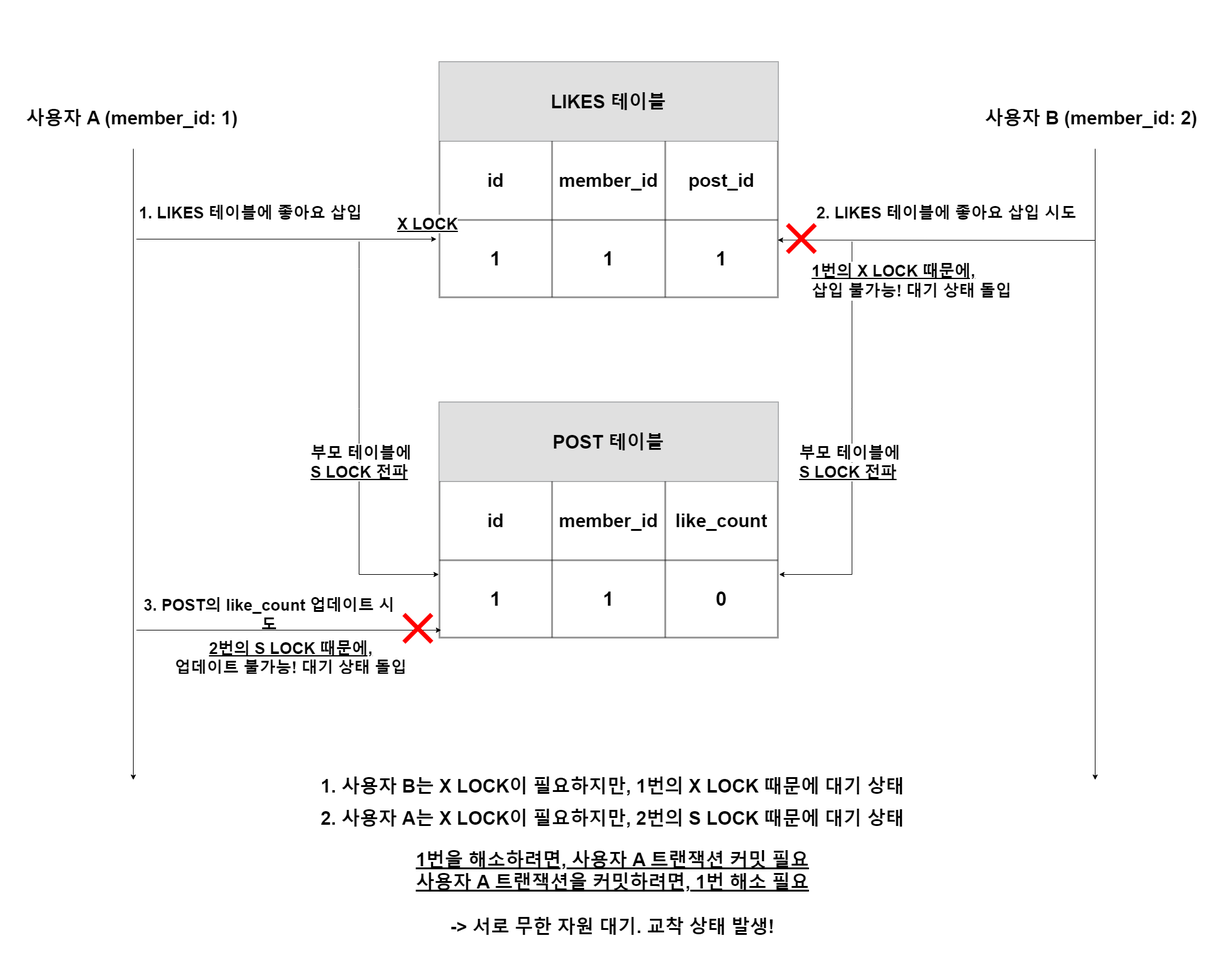
This is transaction.png from peeerr/document, a draw.io export, as it was before one commit. Source tidied: cells renumbered, new cells last; positions are measured from the earlier drawing's top-left corner, leaving out a move shared by most shapes.
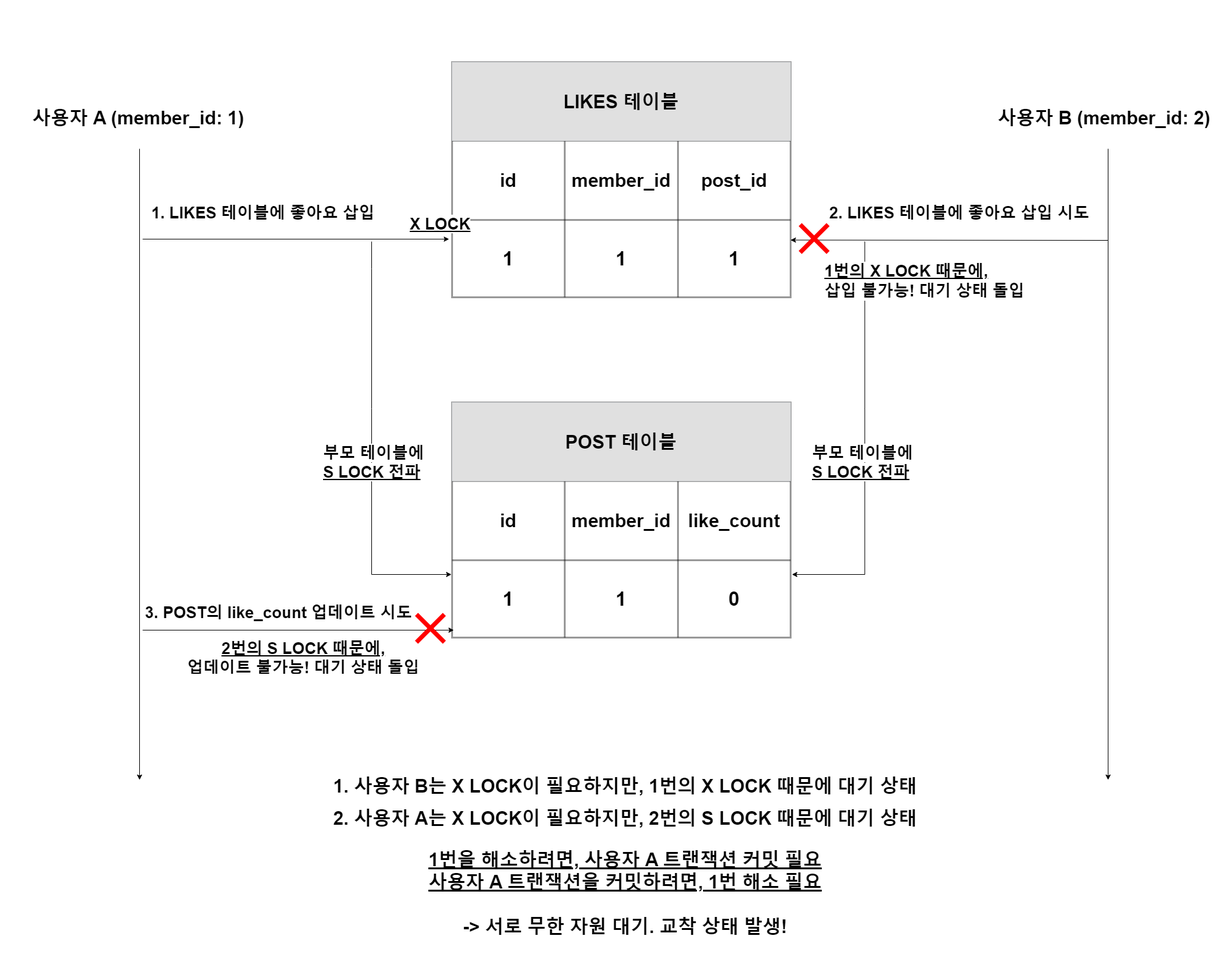
The same file after the commit.

Diff of the diagram source:
```diff
@@ -46,11 +46,11 @@
       <mxGeometry x="365" width="182" height="125" as="geometry" />
     </mxCell>
     <mxCell id="14" value="&lt;h1 style=&quot;forced-color-adjust: none; color: rgb(0, 0, 0); font-family: Helvetica; font-style: normal; font-variant-ligatures: normal; font-variant-caps: normal; letter-spacing: normal; orphans: 2; text-align: center; text-indent: 0px; text-transform: none; widows: 2; word-spacing: 0px; -webkit-text-stroke-width: 0px; white-space: normal; text-decoration-thickness: initial; text-decoration-style: initial; text-decoration-color: initial;&quot;&gt;&lt;span style=&quot;forced-color-adjust: none; font-size: 30px;&quot;&gt;사용자 A (member_id: 1)&lt;/span&gt;&lt;/h1&gt;" style="text;whiteSpace=wrap;html=1;fontStyle=1;" parent="1" vertex="1">
-      <mxGeometry x="40" y="150" width="350" height="90" as="geometry" />
+      <mxGeometry x="30" y="150" width="350" height="90" as="geometry" />
     </mxCell>
     <mxCell id="15" style="endArrow=classic;html=1;rounded=0;fontSize=20;fontStyle=1;exitX=0.5;exitY=1;exitDx=0;exitDy=0;" parent="1" edge="1" source="14">
       <mxGeometry relative="1" as="geometry">
-        <mxPoint x="215" y="1260" as="targetPoint" />
+        <mxPoint x="205" y="1260" as="targetPoint" />
       </mxGeometry>
     </mxCell>
     <mxCell id="16" value="&lt;span&gt;1.&lt;/span&gt; LIKES 테이블에 좋아요 삽입" style="shape=partialRectangle;html=1;whiteSpace=wrap;strokeColor=inherit;overflow=hidden;fillColor=none;top=0;left=0;bottom=0;right=0;fontSize=26;spacingTop=0;labelBackgroundColor=default;labelBorderColor=none;fontStyle=1;" parent="1" vertex="1">
@@ -58,7 +58,7 @@
     </mxCell>
     <mxCell id="17" style="endArrow=classic;html=1;rounded=0;entryX=-0.009;entryY=0.248;entryDx=0;entryDy=0;entryPerimeter=0;fontStyle=1;" parent="1" edge="1" target="10">
       <mxGeometry relative="1" as="geometry">
-        <mxPoint x="220" y="386" as="sourcePoint" />
+        <mxPoint x="210" y="386" as="sourcePoint" />
       </mxGeometry>
     </mxCell>
     <mxCell id="18" value="&lt;h1 style=&quot;text-align: center;&quot;&gt;&lt;span style=&quot;font-size: 30px;&quot;&gt;사용자 B (member_id: 2)&lt;/span&gt;&lt;/h1&gt;" style="text;whiteSpace=wrap;html=1;fontStyle=1;" parent="1" vertex="1">
@@ -132,11 +132,11 @@
       <mxGeometry x="1310" y="400" width="350" height="108" as="geometry" />
     </mxCell>
     <mxCell id="37" value="&lt;span&gt;3.&lt;/span&gt; POST의 like_count 업데이트 시도" style="shape=partialRectangle;html=1;whiteSpace=wrap;strokeColor=inherit;overflow=hidden;fillColor=none;top=0;left=0;bottom=0;right=0;fontSize=26;spacingTop=0;labelBackgroundColor=default;labelBorderColor=none;fontStyle=1;" parent="1" vertex="1">
-      <mxGeometry x="220" y="960" width="430" height="60" as="geometry" />
+      <mxGeometry x="210" y="960" width="440" height="60" as="geometry" />
     </mxCell>
     <mxCell id="38" style="endArrow=classic;html=1;rounded=0;entryX=0.005;entryY=0.904;entryDx=0;entryDy=0;entryPerimeter=0;fontStyle=1;" parent="1" edge="1" target="30">
       <mxGeometry relative="1" as="geometry">
-        <mxPoint x="220" y="1018" as="sourcePoint" />
+        <mxPoint x="210" y="1018" as="sourcePoint" />
       </mxGeometry>
     </mxCell>
     <mxCell id="39" value="&lt;span&gt;&lt;u&gt;2번의 S LOCK 때문에,&lt;/u&gt;&lt;/span&gt;&lt;div&gt;업데이트 불가능! 대기 상태 돌입&lt;/div&gt;" style="shape=partialRectangle;html=1;whiteSpace=wrap;strokeColor=inherit;overflow=hidden;fillColor=none;top=0;left=0;bottom=0;right=0;fontSize=26;spacingTop=0;labelBackgroundColor=default;labelBorderColor=none;fontStyle=1;" parent="1" vertex="1">
@@ -154,11 +154,11 @@
     <mxCell id="43" value="&lt;h1 style=&quot;forced-color-adjust: none; color: rgb(0, 0, 0); font-family: Helvetica; font-style: normal; font-variant-ligatures: normal; font-variant-caps: normal; letter-spacing: normal; orphans: 2; text-indent: 0px; text-transform: none; widows: 2; word-spacing: 0px; -webkit-text-stroke-width: 0px; white-space: normal; text-decoration-thickness: initial; text-decoration-style: initial; text-decoration-color: initial;&quot;&gt;&lt;span style=&quot;font-size: 30px;&quot;&gt;1. 사용자 B는 X LOCK이 필요하지만, 1번의 X LOCK 때문에 대기 상태&lt;/span&gt;&lt;span style=&quot;font-size: 30px;&quot;&gt;&lt;br&gt;&lt;/span&gt;&lt;/h1&gt;&lt;h1 style=&quot;forced-color-adjust: none; color: rgb(0, 0, 0); font-family: Helvetica; font-style: normal; font-variant-ligatures: normal; font-variant-caps: normal; letter-spacing: normal; orphans: 2; text-indent: 0px; text-transform: none; widows: 2; word-spacing: 0px; -webkit-text-stroke-width: 0px; white-space: normal; text-decoration-thickness: initial; text-decoration-style: initial; text-decoration-color: initial;&quot;&gt;&lt;span style=&quot;font-size: 30px;&quot;&gt;2. 사용자 A는 X LOCK이 필요하지만, 2번의 S LOCK 때문에 대기 상태&lt;/span&gt;&lt;/h1&gt;&lt;div&gt;&lt;br&gt;&lt;/div&gt;&lt;div&gt;&lt;span style=&quot;font-size: 30px;&quot;&gt;&lt;div style=&quot;&quot;&gt;&lt;span style=&quot;background-color: initial;&quot;&gt;&lt;u&gt;1번을 해소하려면, 사용자 A 트랜잭션 커밋 필요&lt;/u&gt;&lt;/span&gt;&lt;/div&gt;&lt;/span&gt;&lt;/div&gt;&lt;div style=&quot;&quot;&gt;&lt;span style=&quot;font-size: 30px;&quot;&gt;&lt;span&gt;&lt;u&gt;사용자 A 트랜잭션을 커밋하려면, 1번 해소 필요&lt;/u&gt;&lt;/span&gt;&lt;/span&gt;&lt;/div&gt;&lt;div style=&quot;&quot;&gt;&lt;span style=&quot;font-size: 30px;&quot;&gt;&lt;br&gt;&lt;/span&gt;&lt;/div&gt;&lt;div style=&quot;&quot;&gt;&lt;span style=&quot;font-size: 30px;&quot;&gt;&lt;span&gt;-&amp;gt;&lt;/span&gt; 서로 무한 자원 대기. 교착 상태 발생!&lt;/span&gt;&lt;/div&gt;" style="text;whiteSpace=wrap;html=1;align=center;fontStyle=1;" parent="1" vertex="1">
       <mxGeometry x="474.2" y="1230" width="1031.5" height="300" as="geometry" />
     </mxCell>
-    <mxCell id="44" style="rounded=0;whiteSpace=wrap;html=1;" parent="1" vertex="1">
-      <mxGeometry height="60" as="geometry" />
-    </mxCell>
     <mxCell id="45" style="rounded=0;whiteSpace=wrap;html=1;" parent="1" vertex="1">
       <mxGeometry x="1810" y="1570" width="120" as="geometry" />
     </mxCell>
+    <mxCell id="46" style="rounded=0;whiteSpace=wrap;html=1;" parent="1" vertex="1">
+      <mxGeometry x="-20" height="60" as="geometry" />
+    </mxCell>
   </root>
 </mxGraphModel>
```
